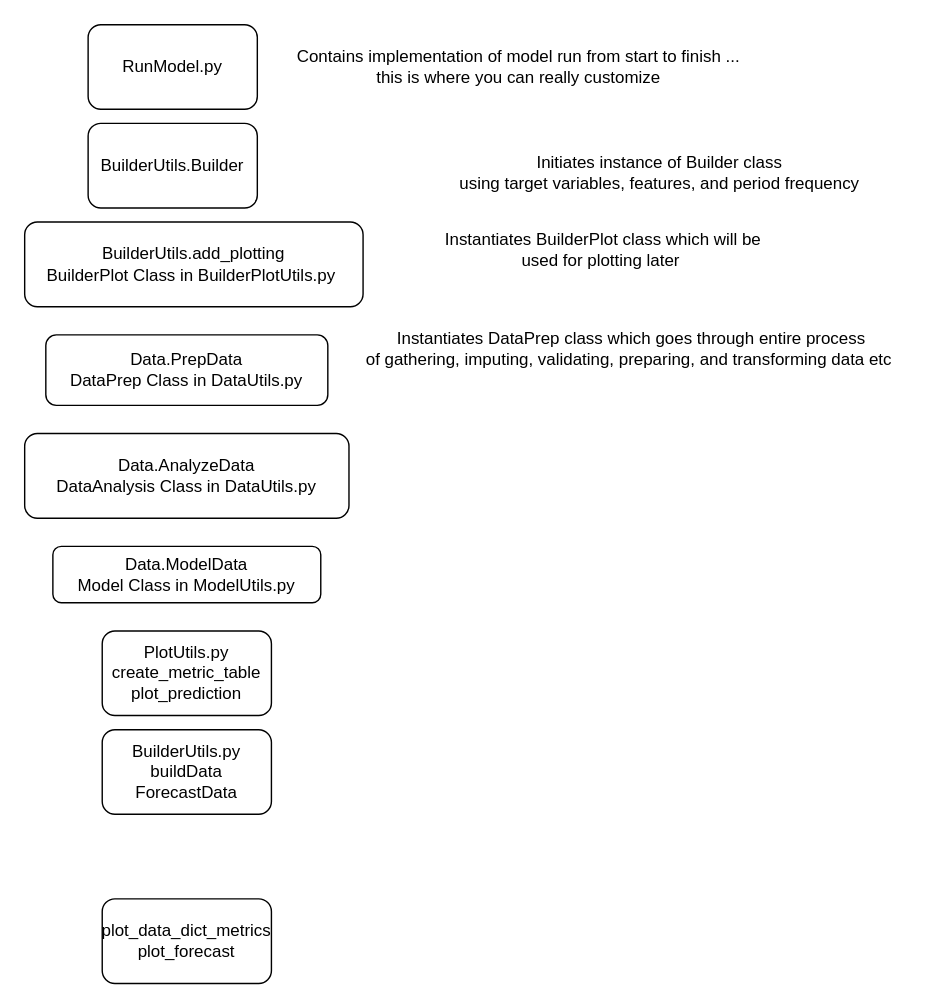
Before: Untitled Diagram.drawio in kimberlyesmith/map, a draw.io diagram. Source tidied: cells renumbered, new cells numbered last; positions are measured from the earlier drawing's top-left corner, leaving out a move shared by most shapes. Both pictures are drawn from the tidied source at 141%, with x=0, y=0 at pixel (24, 24).
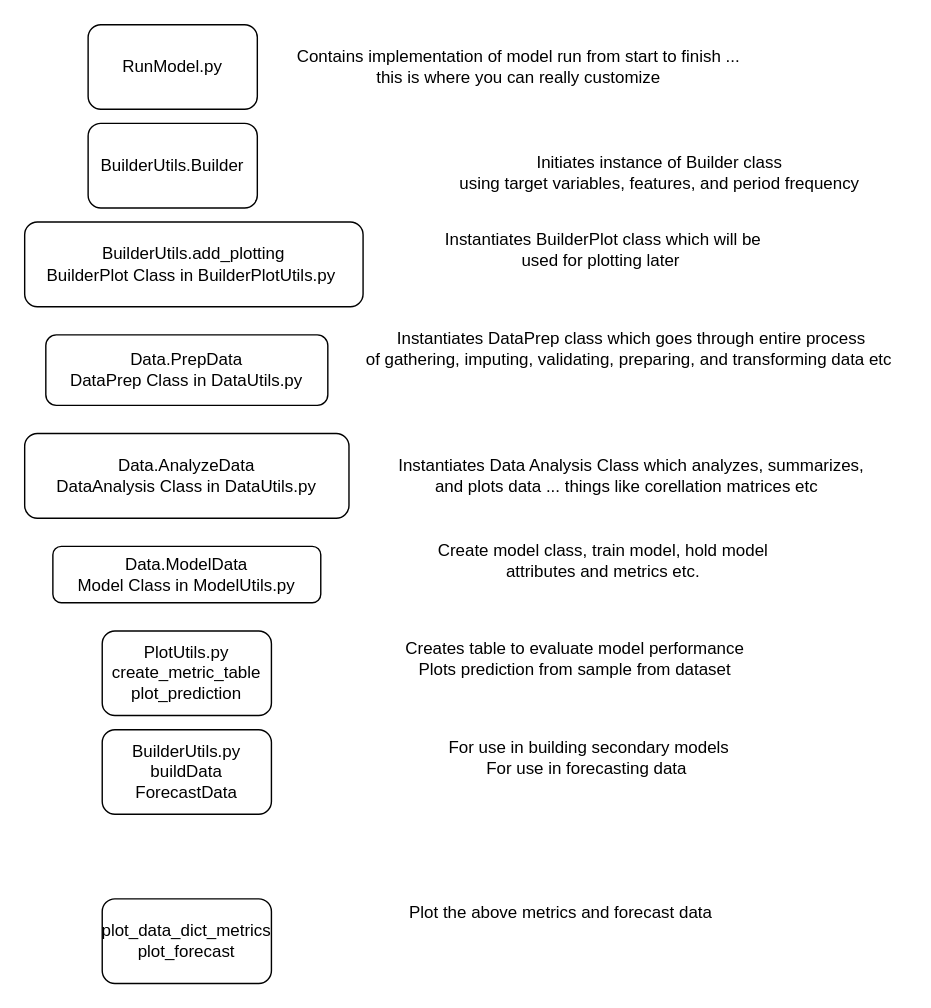
The same page after the edit.

Diff of the diagram source:
```diff
@@
 <mxGraphModel>
   <root>
     <mxCell id="0" />
     <mxCell id="1" parent="0" />
     <mxCell id="2" value="RunModel.py" style="rounded=1;whiteSpace=wrap;html=1;" parent="1" vertex="1">
       <mxGeometry x="45" width="120" height="60" as="geometry" />
     </mxCell>
     <mxCell id="3" value="BuilderUtils.Builder" style="rounded=1;whiteSpace=wrap;html=1;" parent="1" vertex="1">
       <mxGeometry x="45" y="70" width="120" height="60" as="geometry" />
     </mxCell>
     <mxCell id="4" value="BuilderUtils.add_plotting&lt;br&gt;BuilderPlot Class in BuilderPlotUtils.py&amp;nbsp;" style="rounded=1;whiteSpace=wrap;html=1;" parent="1" vertex="1">
       <mxGeometry y="140" width="240" height="60" as="geometry" />
     </mxCell>
     <mxCell id="5" value="Data.PrepData&lt;br&gt;DataPrep Class in DataUtils.py" style="rounded=1;whiteSpace=wrap;html=1;" parent="1" vertex="1">
       <mxGeometry x="15" y="220" width="200" height="50" as="geometry" />
     </mxCell>
     <mxCell id="6" value="Data.AnalyzeData&lt;br&gt;DataAnalysis Class in DataUtils.py" style="rounded=1;whiteSpace=wrap;html=1;" parent="1" vertex="1">
       <mxGeometry y="290" width="230" height="60" as="geometry" />
     </mxCell>
     <mxCell id="7" value="Data.ModelData&lt;br&gt;Model Class in ModelUtils.py" style="rounded=1;whiteSpace=wrap;html=1;" parent="1" vertex="1">
       <mxGeometry x="20" y="370" width="190" height="40" as="geometry" />
     </mxCell>
     <mxCell id="8" value="PlotUtils.py&lt;br&gt;create_metric_table&lt;br&gt;plot_prediction" style="rounded=1;whiteSpace=wrap;html=1;" parent="1" vertex="1">
       <mxGeometry x="55" y="430" width="120" height="60" as="geometry" />
     </mxCell>
     <mxCell id="9" value="BuilderUtils.py&lt;br&gt;buildData&lt;br&gt;ForecastData" style="rounded=1;whiteSpace=wrap;html=1;" parent="1" vertex="1">
       <mxGeometry x="55" y="500" width="120" height="60" as="geometry" />
     </mxCell>
     <mxCell id="10" value="plot_data_dict_metrics&lt;br&gt;plot_forecast" style="rounded=1;whiteSpace=wrap;html=1;" parent="1" vertex="1">
       <mxGeometry x="55" y="620" width="120" height="60" as="geometry" />
     </mxCell>
     <mxCell id="11" value="Contains implementation of model run from start to finish ... &lt;br&gt;this is where you can really customize" style="text;html=1;align=center;verticalAlign=middle;" parent="1" vertex="1">
       <mxGeometry x="185" y="15" width="330" height="30" as="geometry" />
     </mxCell>
     <mxCell id="12" value="Initiates instance of Builder class&lt;br&gt;using target variables, features, and period frequency" style="text;html=1;align=center;verticalAlign=middle;" parent="1" vertex="1">
       <mxGeometry x="300" y="90" width="300" height="30" as="geometry" />
     </mxCell>
     <mxCell id="13" value="Instantiates BuilderPlot class which will be&lt;br&gt;used for plotting later&amp;nbsp;" style="text;html=1;align=center;verticalAlign=middle;" parent="1" vertex="1">
       <mxGeometry x="290" y="145" width="240" height="30" as="geometry" />
     </mxCell>
     <mxCell id="14" value="Instantiates DataPrep class which goes through entire process&lt;br&gt;of gathering, imputing, validating, preparing, and transforming data etc&amp;nbsp;" style="text;html=1;align=center;verticalAlign=middle;" parent="1" vertex="1">
       <mxGeometry x="235" y="215" width="390" height="30" as="geometry" />
     </mxCell>
+    <mxCell id="15" value="Instantiates Data Analysis Class which analyzes, summarizes,&lt;br&gt;and plots data ... things like corellation matrices etc&amp;nbsp;&amp;nbsp;" style="text;html=1;align=center;verticalAlign=middle;" parent="1" vertex="1">
+      <mxGeometry x="255" y="305" width="350" height="30" as="geometry" />
+    </mxCell>
+    <mxCell id="16" value="Create model class, train model, hold model &lt;br&gt;attributes and metrics etc." style="text;html=1;align=center;verticalAlign=middle;" parent="1" vertex="1">
+      <mxGeometry x="285" y="365" width="250" height="30" as="geometry" />
+    </mxCell>
+    <mxCell id="17" value="Creates table to evaluate model performance&lt;br&gt;Plots prediction from sample from dataset" style="text;html=1;align=center;verticalAlign=middle;" parent="1" vertex="1">
+      <mxGeometry x="260" y="435" width="260" height="30" as="geometry" />
+    </mxCell>
+    <mxCell id="18" value="For use in building secondary models&lt;br&gt;For use in forecasting data&amp;nbsp;&lt;br&gt;" style="text;html=1;align=center;verticalAlign=middle;" parent="1" vertex="1">
+      <mxGeometry x="295" y="505" width="210" height="30" as="geometry" />
+    </mxCell>
+    <mxCell id="19" value="Plot the above metrics and forecast data" style="text;html=1;align=center;verticalAlign=middle;" parent="1" vertex="1">
+      <mxGeometry x="265" y="620" width="230" height="20" as="geometry" />
+    </mxCell>
   </root>
 </mxGraphModel>
```
